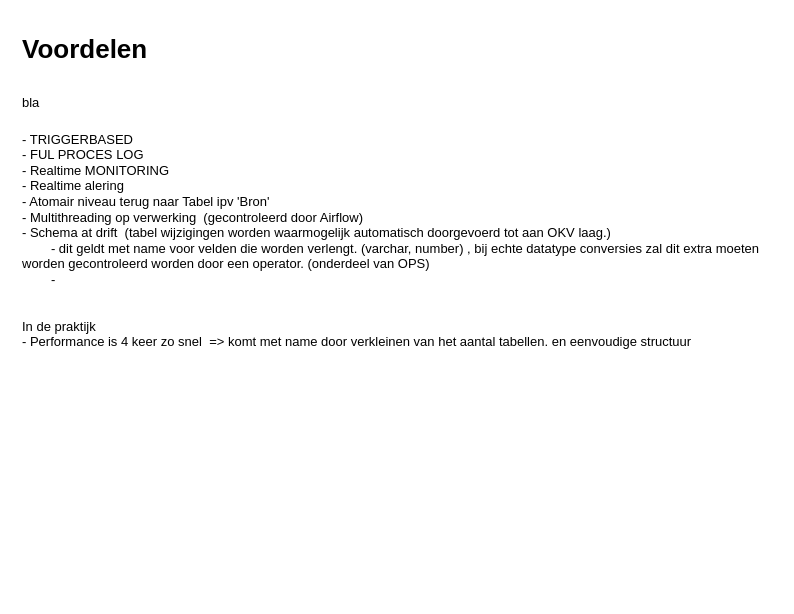
This is page "Voordelen" (7 of 10) of DIF.drawio from antonkuiper/datasharing, a draw.io file, before an edit. Source tidied: cells renumbered, new cells numbered last; positions are measured from the earlier drawing's top-left corner, leaving out a move shared by most shapes. Both pictures are drawn from the tidied source at 100%, with x=0, y=0 at pixel (17, 27).
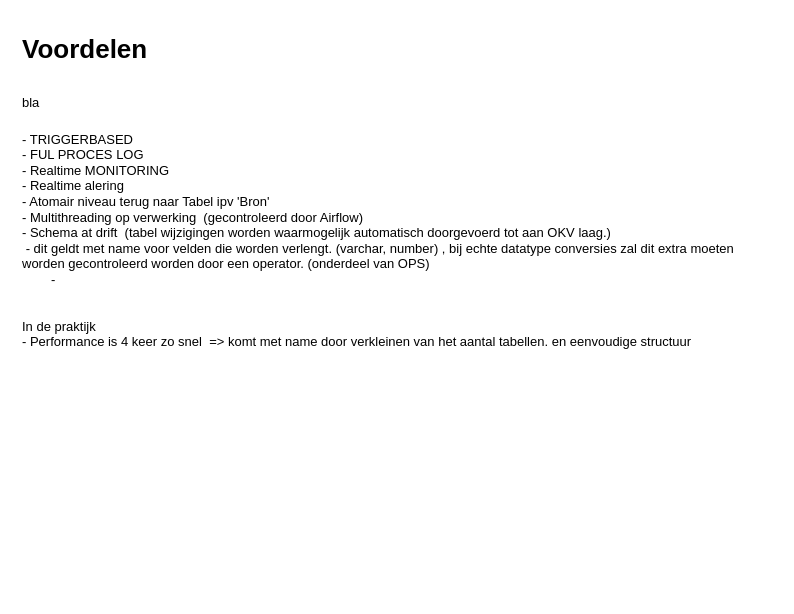
The same page after the edit.

What changed in the source:
```diff
@@
 <mxGraphModel>
   <root>
     <mxCell id="0" />
     <mxCell id="1" parent="0" />
-    <mxCell id="2" value="&lt;h1&gt;&lt;span style=&quot;background-color: initial;&quot;&gt;Voordelen&amp;nbsp;&lt;/span&gt;&lt;/h1&gt;&lt;h1&gt;&lt;span style=&quot;background-color: initial; font-size: 13px; font-weight: normal;&quot;&gt;bla&amp;nbsp;&lt;/span&gt;&lt;br&gt;&lt;/h1&gt;&lt;div&gt;&lt;span style=&quot;background-color: initial; font-size: 13px; font-weight: normal;&quot;&gt;- TRIGGERBASED&lt;/span&gt;&lt;/div&gt;&lt;div&gt;&lt;span style=&quot;background-color: initial; font-size: 13px; font-weight: normal;&quot;&gt;- FUL PROCES LOG&lt;/span&gt;&lt;/div&gt;&lt;div&gt;- Realtime MONITORING&amp;nbsp;&lt;/div&gt;&lt;div&gt;- Realtime alering&amp;nbsp;&lt;/div&gt;&lt;div&gt;- Atomair niveau terug naar Tabel ipv 'Bron'&lt;/div&gt;&lt;div&gt;- Multithreading op verwerking&amp;nbsp; (gecontroleerd door Airflow)&lt;/div&gt;&lt;div&gt;- Schema at drift&amp;nbsp; (tabel wijzigingen worden waarmogelijk automatisch doorgevoerd tot aan OKV laag.)&amp;nbsp;&amp;nbsp;&lt;/div&gt;&lt;div&gt;&lt;span style=&quot;white-space: pre;&quot;&gt;&#9;&lt;/span&gt;- dit geldt met name voor velden die worden verlengt. (varchar, number) , bij echte datatype conversies zal dit extra moeten worden gecontroleerd worden door een operator. (onderdeel van OPS)&amp;nbsp;&lt;br&gt;&lt;/div&gt;&lt;div&gt;&amp;nbsp; &amp;nbsp; &amp;nbsp; &amp;nbsp; -&amp;nbsp;&lt;/div&gt;&lt;div&gt;&lt;br&gt;&lt;/div&gt;&lt;div&gt;&lt;br&gt;&lt;/div&gt;&lt;div&gt;In de praktijk&lt;/div&gt;&lt;div&gt;&lt;span style=&quot;background-color: initial;&quot;&gt;- Performance is 4 keer zo snel&amp;nbsp; =&amp;gt; komt met name door verkleinen van het aantal tabellen. en eenvoudige structuur&lt;/span&gt;&lt;br&gt;&lt;/div&gt;&lt;div&gt;&lt;span style=&quot;background-color: initial;&quot;&gt;&lt;br&gt;&lt;/span&gt;&lt;/div&gt;&lt;div&gt;&lt;span style=&quot;background-color: initial;&quot;&gt;&lt;br&gt;&lt;/span&gt;&lt;/div&gt;&lt;div&gt;&lt;span style=&quot;background-color: initial;&quot;&gt;&lt;br&gt;&lt;/span&gt;&lt;/div&gt;" style="text;html=1;strokeColor=none;fillColor=none;spacing=5;spacingTop=-20;whiteSpace=wrap;overflow=hidden;rounded=0;fontSize=13;" parent="1" vertex="1">
+    <mxCell id="2" value="&lt;h1&gt;&lt;span style=&quot;background-color: initial;&quot;&gt;Voordelen&amp;nbsp;&lt;/span&gt;&lt;/h1&gt;&lt;h1&gt;&lt;span style=&quot;background-color: initial; font-size: 13px; font-weight: normal;&quot;&gt;bla&amp;nbsp;&lt;/span&gt;&lt;br&gt;&lt;/h1&gt;&lt;div&gt;&lt;span style=&quot;background-color: initial; font-size: 13px; font-weight: normal;&quot;&gt;- TRIGGERBASED&lt;/span&gt;&lt;/div&gt;&lt;div&gt;&lt;span style=&quot;background-color: initial; font-size: 13px; font-weight: normal;&quot;&gt;- FUL PROCES LOG&lt;/span&gt;&lt;/div&gt;&lt;div&gt;- Realtime MONITORING&amp;nbsp;&lt;/div&gt;&lt;div&gt;- Realtime alering&amp;nbsp;&lt;/div&gt;&lt;div&gt;- Atomair niveau terug naar Tabel ipv 'Bron'&lt;/div&gt;&lt;div&gt;- Multithreading op verwerking&amp;nbsp; (gecontroleerd door Airflow)&lt;/div&gt;&lt;div&gt;- Schema at drift&amp;nbsp; (tabel wijzigingen worden waarmogelijk automatisch doorgevoerd tot aan OKV laag.)&amp;nbsp;&amp;nbsp;&lt;/div&gt;&lt;div&gt;&lt;span style=&quot;white-space: pre;&quot;&gt; &lt;/span&gt;- dit geldt met name voor velden die worden verlengt. (varchar, number) , bij echte datatype conversies zal dit extra moeten worden gecontroleerd worden door een operator. (onderdeel van OPS)&amp;nbsp;&lt;br&gt;&lt;/div&gt;&lt;div&gt;&amp;nbsp; &amp;nbsp; &amp;nbsp; &amp;nbsp; -&amp;nbsp;&lt;/div&gt;&lt;div&gt;&lt;br&gt;&lt;/div&gt;&lt;div&gt;&lt;br&gt;&lt;/div&gt;&lt;div&gt;In de praktijk&lt;/div&gt;&lt;div&gt;&lt;span style=&quot;background-color: initial;&quot;&gt;- Performance is 4 keer zo snel&amp;nbsp; =&amp;gt; komt met name door verkleinen van het aantal tabellen. en eenvoudige structuur&lt;/span&gt;&lt;br&gt;&lt;/div&gt;&lt;div&gt;&lt;span style=&quot;background-color: initial;&quot;&gt;&lt;br&gt;&lt;/span&gt;&lt;/div&gt;&lt;div&gt;&lt;span style=&quot;background-color: initial;&quot;&gt;&lt;br&gt;&lt;/span&gt;&lt;/div&gt;&lt;div&gt;&lt;span style=&quot;background-color: initial;&quot;&gt;&lt;br&gt;&lt;/span&gt;&lt;/div&gt;" style="text;html=1;strokeColor=none;fillColor=none;spacing=5;spacingTop=-20;whiteSpace=wrap;overflow=hidden;rounded=0;fontSize=13;" parent="1" vertex="1">
       <mxGeometry width="760" height="570" as="geometry" />
     </mxCell>
   </root>
 </mxGraphModel>
```
